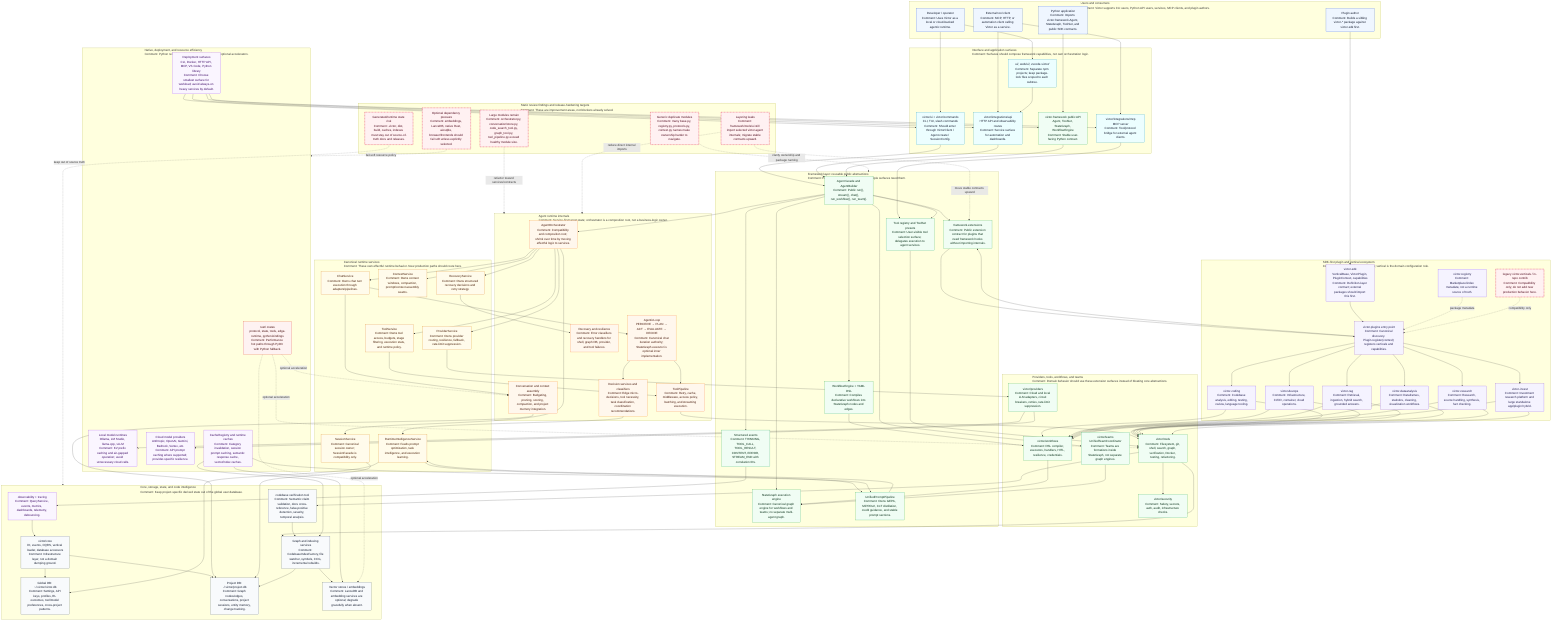
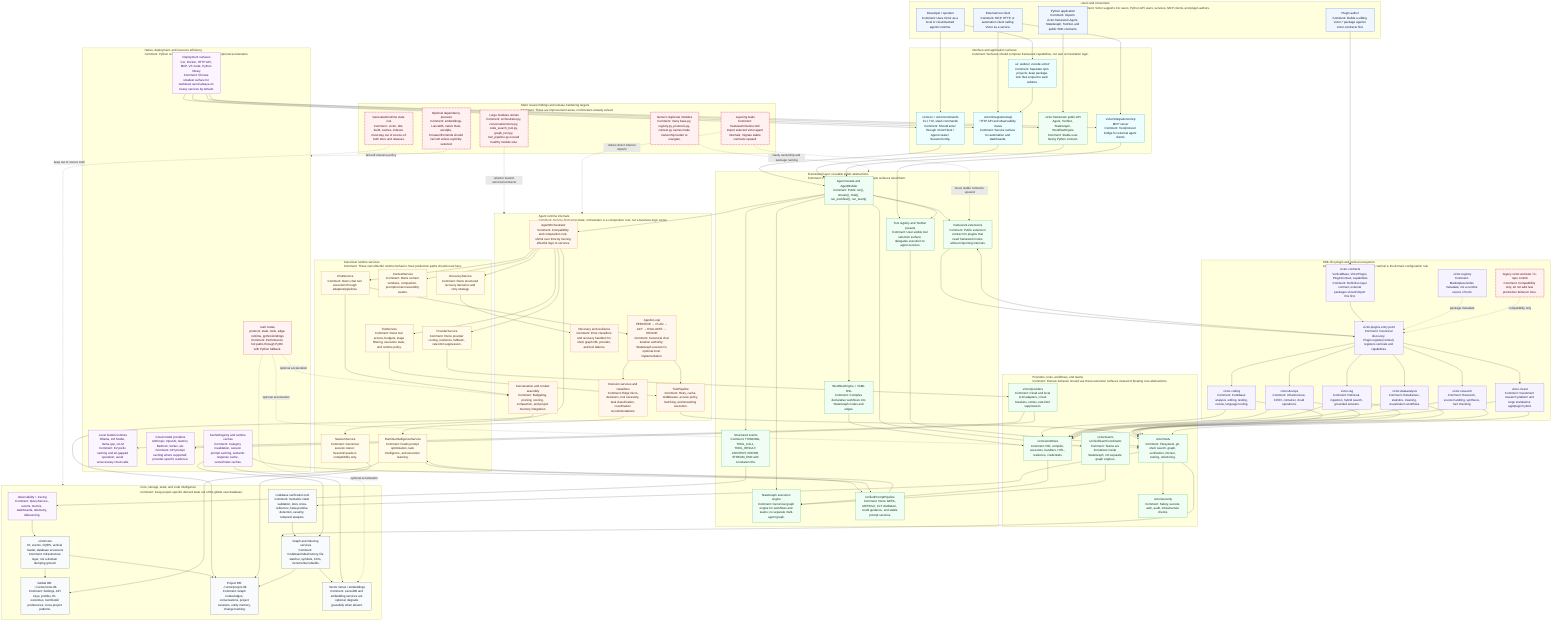
%% Victor 0.7 architecture deep dive.
%% Purpose: release-facing map of runtime layering, plugin boundaries, resource ownership, and known coupling hotspots.
%% Reading rule: solid arrows are primary runtime flows; dotted arrows are discovery, compatibility, or optional flows.
%% Conservative architecture rule: root framework owns reusable contracts; sibling victor-* repos own domain behavior.
flowchart TB
  %% Visual classes keep runtime ownership, extension seams, storage, and risk areas distinguishable in the rendered SVG.
  classDef user fill:#eff6ff,stroke:#1d4ed8,color:#0f172a,stroke-width:1px
  classDef surface fill:#ecfeff,stroke:#0891b2,color:#0f172a,stroke-width:1px
  classDef framework fill:#f0fdf4,stroke:#16a34a,color:#052e16,stroke-width:1px
  classDef agent fill:#fff7ed,stroke:#f97316,color:#431407,stroke-width:1px
  classDef service fill:#fffbeb,stroke:#d97706,color:#451a03,stroke-width:1px
  classDef extension fill:#f5f3ff,stroke:#7c3aed,color:#1e1b4b,stroke-width:1px
  classDef storage fill:#f8fafc,stroke:#475569,color:#0f172a,stroke-width:1px
  classDef native fill:#fef2f2,stroke:#dc2626,color:#450a0a,stroke-width:1px
  classDef ops fill:#faf5ff,stroke:#9333ea,color:#3b0764,stroke-width:1px
  classDef risk fill:#fff1f2,stroke:#e11d48,color:#4c0519,stroke-width:2px,stroke-dasharray: 5 3

  subgraph Users["Users and consumers\nComment: Victor supports CLI users, Python API users, services, MCP clients, and plugin authors."]
    U1["Developer / operator\nComment: Uses Victor as a local or cloud-backed agentic runtime."]:::user
    U2["Python application\nComment: Imports victor.framework.Agent, StateGraph, ToolSet, and public SDK contracts."]:::user
    U3["External tool client\nComment: MCP, HTTP, or automation client calling Victor as a service."]:::user
-     U4["Plugin author\nComment: Builds a sibling victor-* package against victor-sdk first."]:::user
+     U4["Plugin author\nComment: Builds a sibling victor-* package against victor-contracts first."]:::user
  end

  subgraph Surfaces["Interface and application surfaces\nComment: Surfaces should compose framework capabilities, not own orchestration logic."]
    CLI["victor/ui + victor/commands\nCLI, TUI, slash commands\nComment: Should enter through VictorClient / Agent.create / SessionConfig."]:::surface
    API["victor/integrations/api\nHTTP API and observability routes\nComment: Service surface for automation and dashboards."]:::surface
    MCP["victor/integrations/mcp\nMCP server\nComment: Tool/protocol bridge for external agent clients."]:::surface
    PyAPI["victor.framework public API\nAgent, ToolSet, StateGraph, WorkflowEngine\nComment: Stable user-facing Python contract."]:::framework
    Frontends["ui/, web/ui/, vscode-victor/\nComment: Separate npm projects; keep package-lock files scoped to each subtree."]:::surface
  end

  subgraph Framework["Framework layer: reusable public abstractions\nComment: Put reusable APIs here only when multiple surfaces need them."]
    AgentAPI["Agent facade and AgentBuilder\nComment: Public run(), stream(), chat(), run_workflow(), run_team()."]:::framework
    StateGraph["StateGraph execution engine\nComment: Canonical graph engine for workflows and teams; no separate multi-agent graph."]:::framework
    WorkflowEngine["WorkflowEngine + YAML DSL\nComment: Compiles declarative workflows into StateGraph nodes and edges."]:::framework
    ToolRegistry["Tool registry and ToolSet presets\nComment: User-visible tool selection surface; delegates execution to agent services."]:::framework
    Events["Structured events\nComment: THINKING, TOOL_CALL, TOOL_RESULT, CONTENT, ERROR, STREAM_END with correlation IDs."]:::framework
    FrameworkExt["framework.extensions\nComment: Public extension contract for plugins that need framework hooks without importing internals."]:::framework
    PromptPipeline["UnifiedPromptPipeline\nComment: Owns GEPA, MiPROv2, CoT distillation, credit guidance, and stable prompt sections."]:::framework
  end

  subgraph AgentRuntime["Agent runtime internals\nComment: Service-first target state; orchestrator is a composition root, not a business-logic owner."]
    Orchestrator["AgentOrchestrator\nComment: Compatibility and composition root; shrink over time by moving effectful logic to services."]:::agent
    AgenticLoop["AgenticLoop\nPERCEIVE → PLAN → ACT → EVALUATE → DECIDE\nComment: Canonical chat iteration authority; StateGraph executor is optional inner implementation."]:::agent
    ToolPipeline["ToolPipeline\nComment: Retry, cache, middleware, access policy, batching, and streaming execution."]:::agent
    DecisionLayer["Decision services and classifiers\nComment: Edge micro-decisions, tool necessity, task classification, coordination recommendations."]:::agent
    ContextAssembler["Conversation and context assembly\nComment: Budgeting, pruning, scoring, compaction, and project memory integration."]:::agent
    RecoveryLayer["Recovery and resilience\nComment: Error classifiers and recovery handlers for shell, graph DB, provider, and tool failures."]:::agent
  end

  subgraph Services["Canonical runtime services\nComment: These own effectful runtime behavior. New production paths should route here."]
    ChatService["ChatService\nComment: Owns chat turn execution through adapters/pipelines."]:::service
    ToolService["ToolService\nComment: Owns tool access, budgets, stage filtering, execution stats, and runtime policy."]:::service
    SessionService["SessionService\nComment: Canonical session owner; SessionFacade is compatibility only."]:::service
    ContextService["ContextService\nComment: Owns context windows, compaction, prompt/context assembly seams."]:::service
    ProviderService["ProviderService\nComment: Owns provider routing, resilience, fallback, rate-limit suppression."]:::service
    RecoveryService["RecoveryService\nComment: Owns structured recovery decisions and retry strategy."]:::service
    RuntimeIntel["RuntimeIntelligenceService\nComment: Feeds prompt optimization, task intelligence, and execution learning."]:::service
  end

  subgraph Extensions["SDK-first plugin and vertical ecosystem\nComment: Plugin is the bootstrap seam; vertical is the domain configuration role."]
-     SDK["victor-sdk\nVerticalBase, VictorPlugin, PluginContext, capabilities\nComment: Definition-layer contract; external packages should import this first."]:::extension
+     SDK["victor-contracts\nVerticalBase, VictorPlugin, PluginContext, capabilities\nComment: Definition-layer contract; external packages should import this first."]:::extension
    PluginDiscovery["victor.plugins entry point\nComment: Canonical discovery. Plugin.register(context) registers verticals and capabilities."]:::extension
    LegacyVerticals["legacy victor.verticals / in-repo contrib\nComment: Compatibility only; do not add new production behavior here."]:::risk
    Registry["victor-registry\nComment: Marketplace/index metadata; not a runtime source of truth."]:::extension
    VCoding["victor-coding\nComment: Codebase analysis, editing, testing, review, language tooling."]:::extension
    VDevOps["victor-devops\nComment: Infrastructure, CI/CD, container, cloud operations."]:::extension
    VRag["victor-rag\nComment: Retrieval, ingestion, hybrid search, grounded answers."]:::extension
    VData["victor-dataanalysis\nComment: Dataframes, statistics, cleaning, visualization workflows."]:::extension
    VResearch["victor-research\nComment: Research, source handling, synthesis, fact checking."]:::extension
    VInvest["victor-invest\nComment: Investment research platform and large standalone app/plugin hybrid."]:::extension
  end

  subgraph CoreData["Core, storage, state, and code intelligence\nComment: Keep project-specific derived state out of the global user database."]
    Core["victor/core\nDI, events, CQRS, vertical loader, database accessors\nComment: Infrastructure layer, not a domain dumping ground."]:::storage
    GlobalDB["Global DB: ~/.victor/victor.db\nComment: Settings, API keys, profiles, RL outcomes, tool/model preferences, cross-project patterns."]:::storage
    ProjectDB["Project DB: ./.victor/project.db\nComment: Graph nodes/edges, conversations, project sessions, entity memory, change tracking."]:::storage
    GraphIndex["Graph and indexing services\nComment: CodebaseIndexFactory, file watcher, symbols, CCG, incremental rebuilds."]:::storage
    VectorStores["Vector stores / embeddings\nComment: LanceDB and embedding services are optional; degrade gracefully when absent."]:::storage
    Verification["codebase verification tool\nComment: Semantic claim validation, docs cross-reference, false-positive detection, severity, temporal analysis."]:::storage
    Observability["observability + tracing\nComment: QueryService, events, metrics, dashboards, telemetry, debouncing."]:::ops
  end

  subgraph RuntimeProviders["Providers, tools, workflows, and teams\nComment: Domain behavior should use these extension surfaces instead of bloating core abstractions."]
    Providers["victor/providers\nComment: Cloud and local LLM adapters, circuit breakers, retries, rate-limit suppression."]:::framework
    Tools["victor/tools\nComment: Filesystem, git, shell, search, graph, verification, Docker, testing, refactoring."]:::framework
    Workflows["victor/workflows\nComment: DSL compiler, executors, handlers, HITL, resilience, credentials."]:::framework
    Teams["victor/teams\nUnifiedTeamCoordinator\nComment: Teams are formations inside StateGraph, not separate graph engines."]:::framework
    Security["victor/security\nComment: Safety, secrets, auth, audit, infrastructure checks."]:::framework
  end

  subgraph NativeOps["Native, deployment, and resource efficiency\nComment: Python remains authoritative; native paths are optional accelerators."]
    Rust["rust/ crates\nprotocol, state, tools, edge-runtime, python-bindings\nComment: Performance hot paths through PyO3 with Python fallback."]:::native
    LocalModels["Local model runtimes\nOllama, LM Studio, llama.cpp, vLLM\nComment: KV prefix caching and air-gapped operation; avoid unnecessary cloud calls."]:::ops
    CloudModels["Cloud model providers\nAnthropic, OpenAI, Gemini, Bedrock, Vertex, etc.\nComment: API prompt caching where supported; provider-specific resilience."]:::ops
    Deployment["Deployment surfaces\nCLI, Docker, HTTP API, MCP, VS Code, Python library\nComment: Choose smallest surface for workload; avoid always-on heavy services by default."]:::ops
    Caches["CacheRegistry and runtime caches\nComment: Category invalidation, session prompt caching, semantic response cache, vector/index caches."]:::ops
  end

  subgraph Hotspots["Static review findings and release-hardening targets\nComment: These are improvement areas, not blockers already solved."]
    GodFiles["Large modules remain\nComment: orchestrator.py, conversation/store.py, code_search_tool.py, graph_tool.py, tool_pipeline.py exceed healthy module size."]:::risk
    DupNames["Generic duplicate modules\nComment: many base.py, registry.py, protocols.py, context.py names make ownership harder to navigate."]:::risk
    LayerLeaks["Layering leaks\nComment: framework/tools/ui still import selected victor.agent internals; migrate stable contracts upward."]:::risk
    GeneratedState["Generated/runtime state risk\nComment: .victor, dist, build, caches, indexes must stay out of source-of-truth docs and releases."]:::risk
    OptionalDeps["Optional dependency pressure\nComment: embeddings, LanceDB, native Rust, aiosqlite, browser/frontends should fail soft unless explicitly selected."]:::risk
  end

  %% User and surface flows.
  U1 --> CLI
  U2 --> PyAPI
  U3 --> API
  U3 --> MCP
  U1 --> Frontends
  U4 --> SDK

  %% Surface-to-framework relationships.
  CLI --> AgentAPI
  API --> AgentAPI
  MCP --> ToolRegistry
  PyAPI --> AgentAPI
  Frontends --> API

  %% Framework composition.
  AgentAPI --> Orchestrator
  AgentAPI --> StateGraph
  AgentAPI --> WorkflowEngine
  AgentAPI --> ToolRegistry
  AgentAPI --> Events
  AgentAPI --> FrameworkExt
  FrameworkExt --> PluginDiscovery
  PromptPipeline --> RuntimeIntel

  %% Runtime service ownership.
  Orchestrator --> ChatService
  Orchestrator --> ToolService
  Orchestrator --> SessionService
  Orchestrator --> ContextService
  Orchestrator --> ProviderService
  Orchestrator --> RecoveryService
  ChatService --> AgenticLoop
  ChatService --> ContextAssembler
  ToolService --> ToolPipeline
  ProviderService --> Providers
  RecoveryService --> RecoveryLayer
  RuntimeIntel --> PromptPipeline
  DecisionLayer --> RuntimeIntel
  AgenticLoop --> DecisionLayer
  AgenticLoop --> ToolPipeline

  %% Provider, tool, workflow, and team execution.
  ToolPipeline --> Tools
  ToolRegistry --> Tools
  WorkflowEngine --> Workflows
  Workflows --> StateGraph
  Teams --> StateGraph
  AgentAPI --> Teams
  Providers --> CloudModels
  Providers --> LocalModels
  Tools --> Security
  Tools --> Verification
  Tools --> GraphIndex

  %% Data ownership.
  Core --> GlobalDB
  Core --> ProjectDB
  ContextAssembler --> ProjectDB
  SessionService --> ProjectDB
  RuntimeIntel --> GlobalDB
  GraphIndex --> ProjectDB
  GraphIndex --> VectorStores
  Verification --> GraphIndex
  Observability --> Core
  Events --> Observability
  Caches --> GraphIndex
  Caches --> VectorStores
  Caches --> PromptPipeline

  %% Plugin ecosystem.
  SDK --> PluginDiscovery
  PluginDiscovery --> FrameworkExt
  PluginDiscovery --> VCoding
  PluginDiscovery --> VDevOps
  PluginDiscovery --> VRag
  PluginDiscovery --> VData
  PluginDiscovery --> VResearch
  PluginDiscovery --> VInvest
  Registry -. package metadata .-> PluginDiscovery
  LegacyVerticals -. compatibility only .-> PluginDiscovery
  VCoding --> Tools
  VDevOps --> Tools
  VRag --> Tools
  VData --> Tools
  VResearch --> Tools
  VInvest --> Tools
  VCoding --> Workflows
  VDevOps --> Workflows
  VRag --> Workflows
  VData --> Workflows
  VResearch --> Workflows
  VInvest --> Workflows

  %% Native and deployment options.
  Rust -. optional acceleration .-> Tools
  Rust -. optional acceleration .-> VectorStores
  Rust -. optional acceleration .-> ContextAssembler
  Deployment --> CLI
  Deployment --> API
  Deployment --> MCP
  Deployment --> PyAPI

  %% Hotspot relationships.
  GodFiles -. refactor toward services/contracts .-> AgentRuntime
  DupNames -. clarify ownership and package naming .-> Framework
  LayerLeaks -. move stable contracts upward .-> FrameworkExt
  LayerLeaks -. reduce direct internal imports .-> AgentRuntime
  GeneratedState -. keep out of source truth .-> CoreData
  OptionalDeps -. fail-soft resource policy .-> NativeOps
